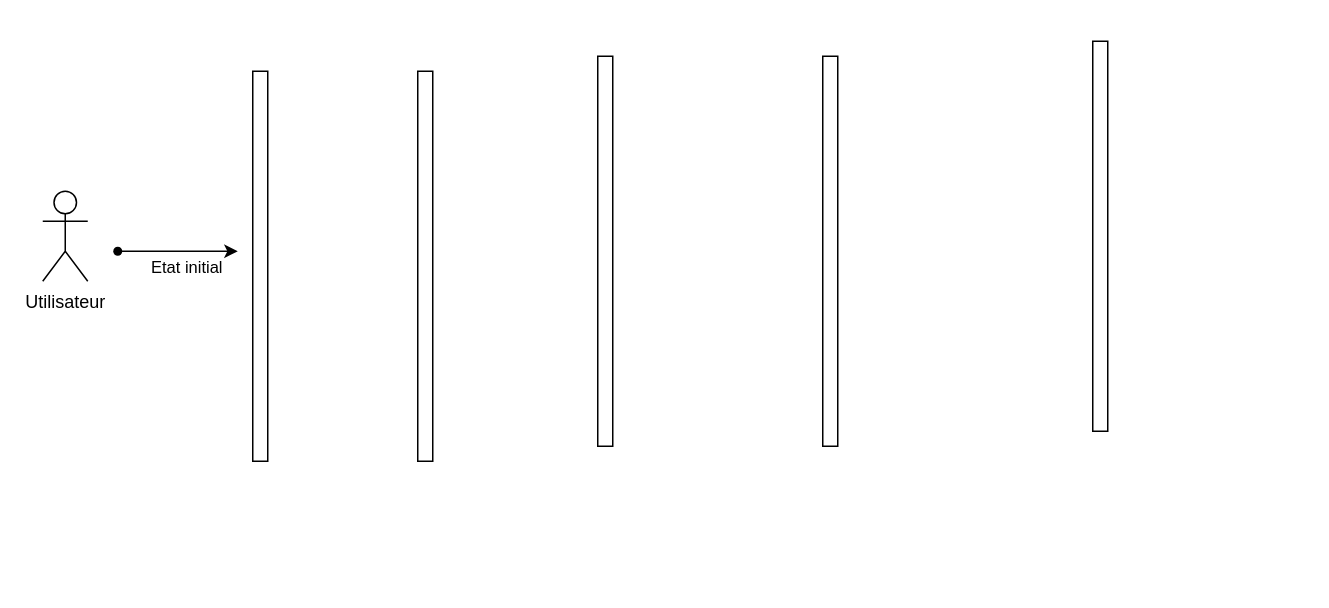
This is page "Page-2" (2 of 2) of Diagramme sans nom.drawio from murielleflora/test-repositoire, a draw.io file, before an edit. Source tidied: cells renumbered, new cells numbered last; positions are measured from the earlier drawing's top-left corner, leaving out a move shared by most shapes. Both pictures are drawn from the tidied source at 150%, with x=0, y=0 at pixel (42, 40).
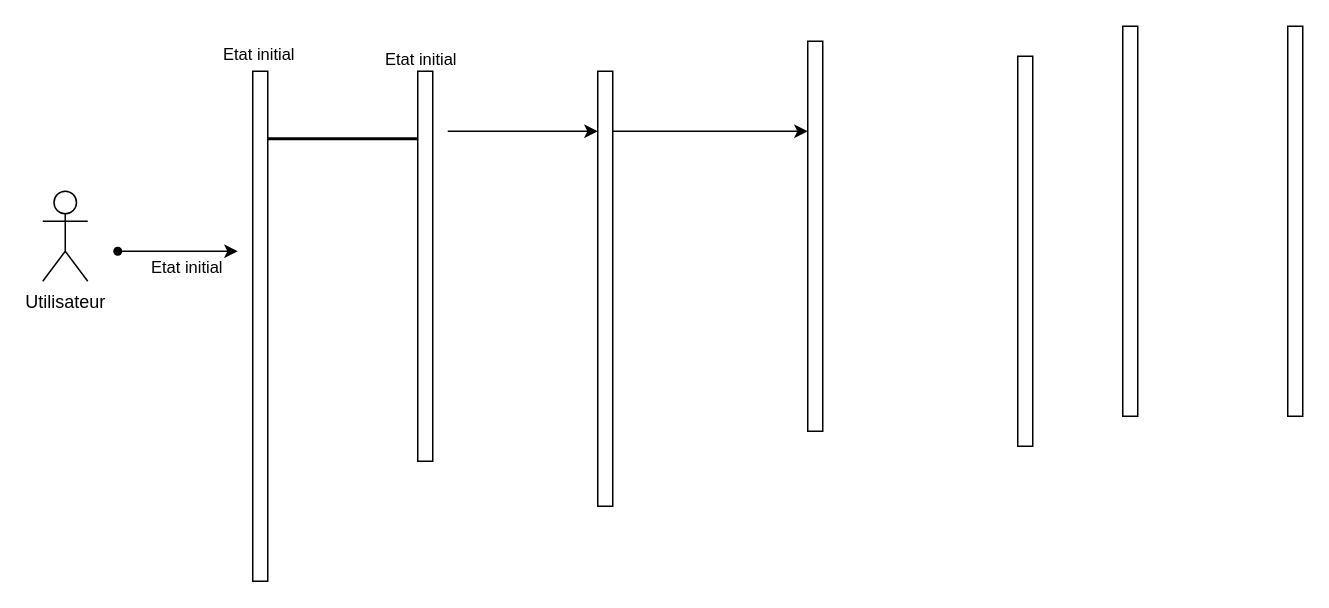
The same page after the edit.

Commit message:
Mettre à jour Diagramme sans nom.drawio

What changed in the source:
```diff
@@
     <mxCell id="2" style="html=1;perimeter=orthogonalPerimeter;targetShapes=umlLifeline;newEdgeStyle={&quot;curved&quot;:0,&quot;rounded&quot;:0};" parent="1" vertex="1">
-      <mxGeometry x="140" y="20" width="10" height="260" as="geometry" />
+      <mxGeometry x="140" y="20" width="10" height="340" as="geometry" />
     </mxCell>
@@
     <mxCell id="8" style="html=1;points=[[0,0,0,0,5],[0,1,0,0,-5],[1,0,0,0,5],[1,1,0,0,-5]];perimeter=orthogonalPerimeter;outlineConnect=0;targetShapes=umlLifeline;portConstraint=eastwest;newEdgeStyle={&quot;curved&quot;:0,&quot;rounded&quot;:0};" parent="1" vertex="1">
-      <mxGeometry x="370" y="10" width="10" height="260" as="geometry" />
+      <mxGeometry x="370" y="20" width="10" height="290" as="geometry" />
     </mxCell>
     <mxCell id="9" style="html=1;perimeter=orthogonalPerimeter;targetShapes=umlLifeline;newEdgeStyle={&quot;curved&quot;:0,&quot;rounded&quot;:0};" parent="1" vertex="1">
-      <mxGeometry x="520" y="10" width="10" height="260" as="geometry" />
+      <mxGeometry x="510" width="10" height="260" as="geometry" />
     </mxCell>
     <mxCell id="10" style="html=1;perimeter=orthogonalPerimeter;targetShapes=umlLifeline;newEdgeStyle={&quot;curved&quot;:0,&quot;rounded&quot;:0};" parent="1" vertex="1">
-      <mxGeometry x="700" width="10" height="260" as="geometry" />
+      <mxGeometry x="650" y="10" width="10" height="260" as="geometry" />
     </mxCell>
+    <mxCell id="11" style="html=1;perimeter=orthogonalPerimeter;targetShapes=umlLifeline;newEdgeStyle={&quot;curved&quot;:0,&quot;rounded&quot;:0};" parent="1" vertex="1">
+      <mxGeometry x="720" y="-10" width="10" height="260" as="geometry" />
+    </mxCell>
+    <mxCell id="12" style="html=1;perimeter=orthogonalPerimeter;targetShapes=umlLifeline;newEdgeStyle={&quot;curved&quot;:0,&quot;rounded&quot;:0};" parent="1" vertex="1">
+      <mxGeometry x="830" y="-10" width="10" height="260" as="geometry" />
+    </mxCell>
+    <mxCell id="13" style="line;strokeWidth=2;html=1;" parent="1" vertex="1">
+      <mxGeometry x="150" y="60" width="100" height="10" as="geometry" />
+    </mxCell>
+    <mxCell id="14" style="endArrow=classic;html=1;rounded=0;" parent="1" edge="1" target="8">
+      <mxGeometry relative="1" as="geometry">
+        <mxPoint x="270" y="60" as="sourcePoint" />
+        <Array as="points">
+          <mxPoint x="370" y="60" />
+        </Array>
+      </mxGeometry>
+    </mxCell>
+    <mxCell id="15" style="endArrow=classic;html=1;rounded=0;" parent="1" edge="1" source="8">
+      <mxGeometry relative="1" as="geometry">
+        <mxPoint x="510" y="60" as="targetPoint" />
+      </mxGeometry>
+    </mxCell>
+    <mxCell id="16" value="Etat initial" style="edgeLabel;html=1;align=center;verticalAlign=middle;" parent="1" vertex="1">
+      <mxGeometry x="60" y="150" as="geometry">
+        <mxPoint x="83" y="-142" as="offset" />
+      </mxGeometry>
+    </mxCell>
+    <mxCell id="17" value="Etat initial" style="edgeLabel;html=1;align=center;verticalAlign=middle;" parent="1" vertex="1">
+      <mxGeometry x="104.7" y="160" as="geometry">
+        <mxPoint x="147" y="-149" as="offset" />
+      </mxGeometry>
+    </mxCell>
```
